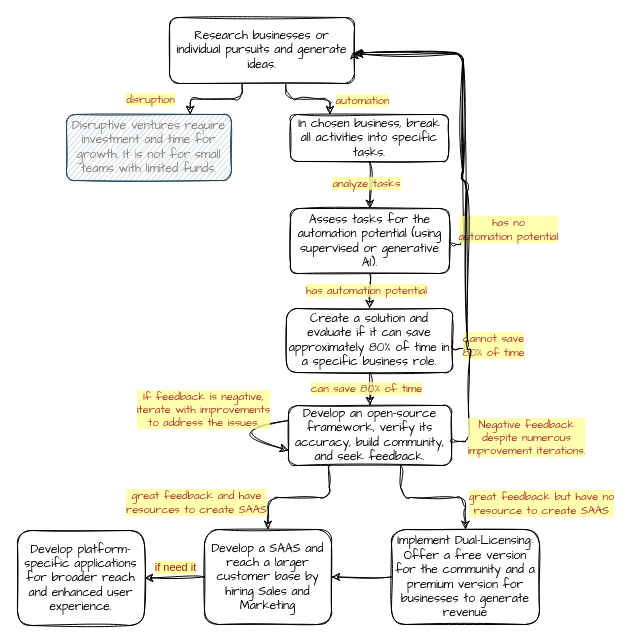
Before: page "Page-2" (2 of 2) of posts/opportunities-in-ai-2023/readme.drawio in dimastatz/dimastatz.github.io, a draw.io diagram. Source tidied: cells renumbered, new cells numbered last; positions are measured from the earlier drawing's top-left corner, leaving out a move shared by most shapes. Both pictures are drawn from the tidied source at 100%, with x=0, y=0 at pixel (17, 17).
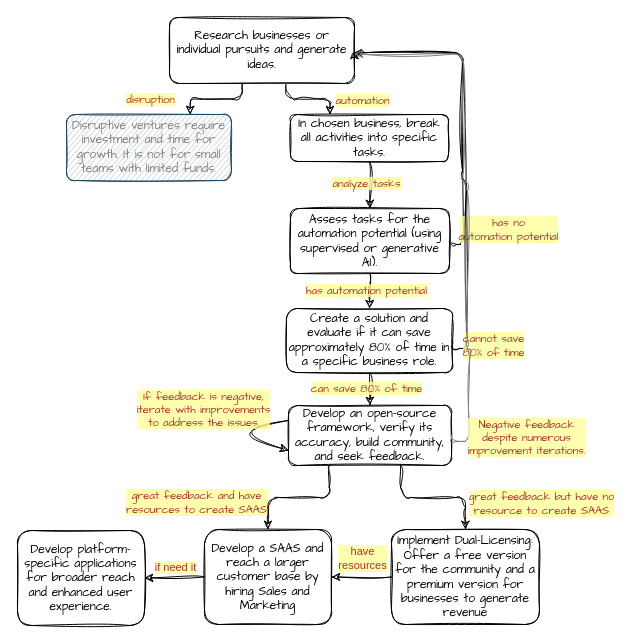
The same page after the edit.

The change refers to these unchanged cells:
```xml
<mxCell id="19" value="Develop an open-source framework, verify its accuracy, build community, and seek feedback." style="rounded=1;whiteSpace=wrap;html=1;shadow=0;sketch=1;fontFamily=Comic Sans MS;fillColor=default;" parent="1" vertex="1">
  <mxGeometry x="271" y="388" width="163" height="60" as="geometry" />
</mxCell>
<mxCell id="32" style="html=1;exitX=0;exitY=0.5;exitDx=0;exitDy=0;fontFamily=Comic Sans MS;sketch=1;curveFitting=1;jiggle=2;entryX=1;entryY=0.5;entryDx=0;entryDy=0;" parent="1" edge="1" source="26" target="29">
  <mxGeometry relative="1" as="geometry" />
</mxCell>
<mxCell id="34" style="html=1;exitX=0;exitY=0.5;exitDx=0;exitDy=0;fontFamily=Comic Sans MS;sketch=1;curveFitting=1;jiggle=2;entryX=1;entryY=0.5;entryDx=0;entryDy=0;" parent="1" edge="1" source="29" target="33">
  <mxGeometry relative="1" as="geometry" />
</mxCell>
```

What changed in the source:
```diff
@@
-    <mxCell id="22" style="html=1;exitX=1;exitY=0.5;exitDx=0;exitDy=0;fontFamily=Comic Sans MS;sketch=1;curveFitting=1;jiggle=2;entryX=1;entryY=0.5;entryDx=0;entryDy=0;edgeStyle=orthogonalEdgeStyle;" parent="1" edge="1" source="19">
+    <mxCell id="22" style="html=1;exitX=1;exitY=0.5;exitDx=0;exitDy=0;fontFamily=Comic Sans MS;sketch=1;curveFitting=1;jiggle=2;entryX=1;entryY=0.5;entryDx=0;entryDy=0;edgeStyle=orthogonalEdgeStyle;strokeWidth=1;strokeColor=#808080;" parent="1" edge="1" source="19">
       <mxGeometry relative="1" as="geometry">
         <mxPoint x="337" y="36.5" as="targetPoint" />
         <Array as="points">
           <mxPoint x="434" y="424" />
           <mxPoint x="452" y="424" />
           <mxPoint x="452" y="332" />
           <mxPoint x="450" y="332" />
           <mxPoint x="450" y="164" />
           <mxPoint x="446" y="164" />
           <mxPoint x="446" y="37" />
         </Array>
       </mxGeometry>
     </mxCell>
@@
+    <mxCell id="36" value="have &lt;br&gt;resources" style="edgeLabel;html=1;align=center;verticalAlign=middle;fontColor=#990000;labelBackgroundColor=#FFFF99;textOpacity=80;" parent="32" vertex="1">
+      <mxGeometry x="-0.03" relative="1" as="geometry">
+        <mxPoint x="-1" y="-19" as="offset" />
+      </mxGeometry>
+    </mxCell>
@@
-    <mxCell id="35" value="if need it" style="edgeLabel;html=1;align=center;verticalAlign=middle;labelBackgroundColor=#FFFF99;fontColor=#990000;textOpacity=90;" parent="34" vertex="1">
+    <mxCell id="35" value="if need it" style="edgeLabel;html=1;align=center;verticalAlign=middle;labelBackgroundColor=#FFFF99;fontColor=#990000;textOpacity=80;" parent="34" vertex="1">
       <mxGeometry x="0.07" y="1" relative="1" as="geometry">
         <mxPoint x="2" y="-12" as="offset" />
       </mxGeometry>
     </mxCell>
```
